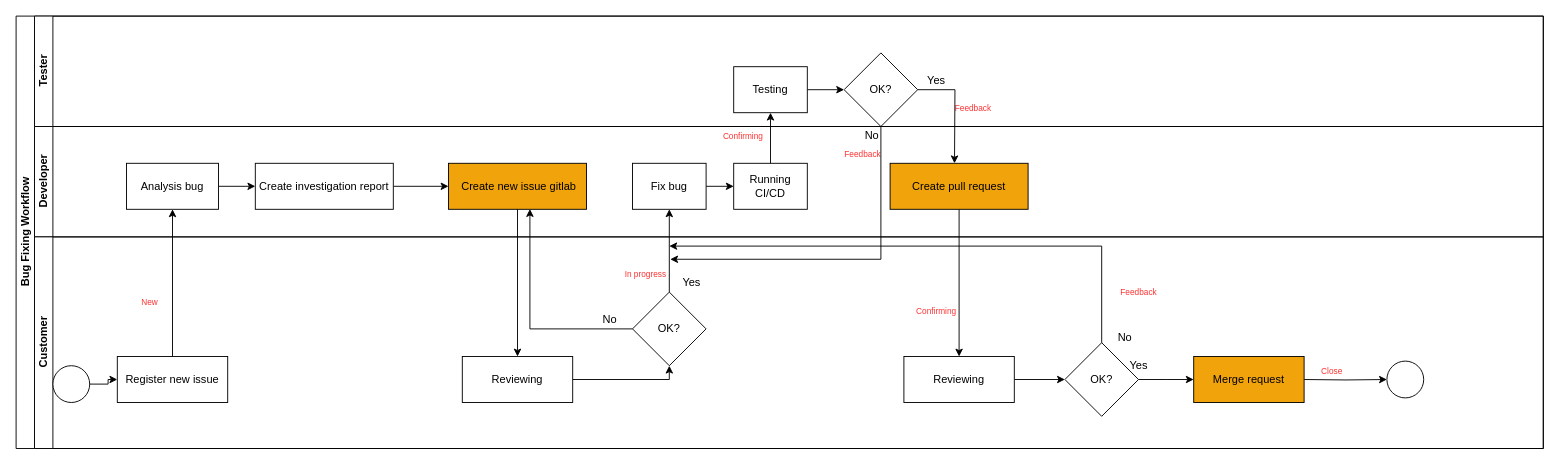
hueanmy/angularjs-doc keeps this draw.io diagram as Untitled Diagram.drawio. Above is the earlier version. Source tidied: cells renumbered, new cells numbered last; positions are measured from the earlier drawing's top-left corner, leaving out a move shared by most shapes. Both pictures are drawn from the tidied source at 92%, with x=0, y=0 at pixel (16, 16).
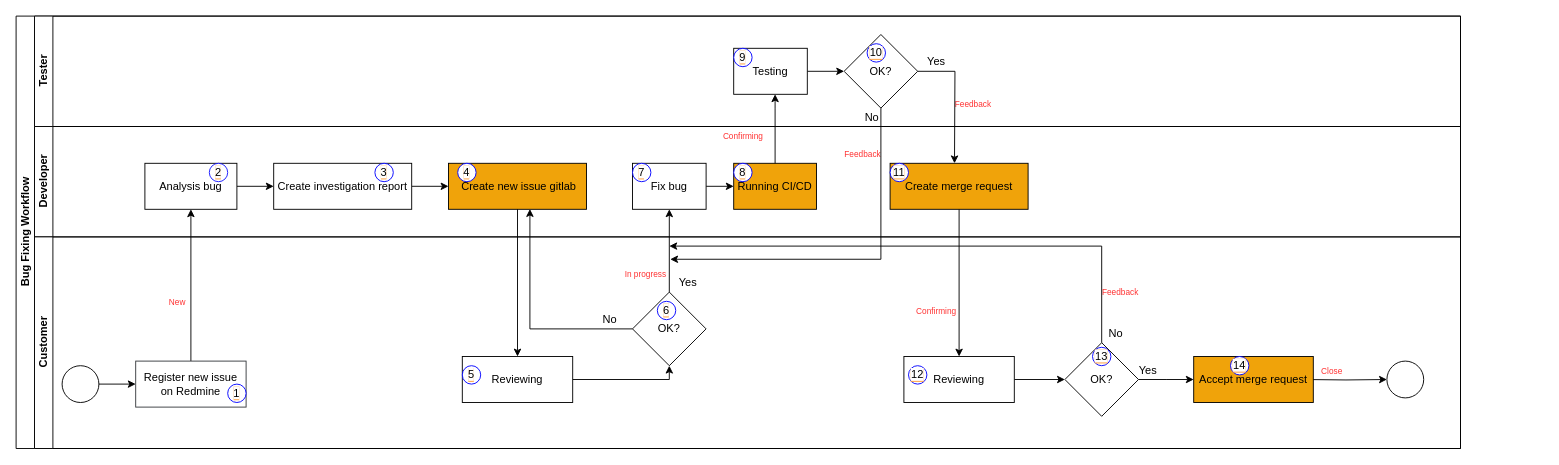
The same diagram, later.

What changed in the source:
```diff
@@
     <mxCell id="2" value="Bug Fixing Workflow" style="swimlane;html=1;horizontal=0;startSize=20;" parent="1" vertex="1">
-      <mxGeometry width="1660" height="470" as="geometry" />
+      <mxGeometry width="1570" height="470" as="geometry" />
     </mxCell>
     <mxCell id="3" value="Tester" style="swimlane;html=1;startSize=20;horizontal=0;" parent="2" vertex="1">
-      <mxGeometry x="20" width="1640" height="120" as="geometry" />
+      <mxGeometry x="20" width="1550" height="120" as="geometry" />
     </mxCell>
     <mxCell id="4" value="OK?" style="rhombus;whiteSpace=wrap;html=1;" parent="3" vertex="1">
-      <mxGeometry x="880" y="40" width="80" height="80" as="geometry" />
+      <mxGeometry x="880" y="20" width="80" height="80" as="geometry" />
     </mxCell>
     <mxCell id="5" value="&lt;font style=&quot;font-size: 9px&quot; color=&quot;#ff3333&quot;&gt;Feedback&lt;/font&gt;" style="text;html=1;align=center;verticalAlign=middle;" parent="3" vertex="1">
-      <mxGeometry x="990" y="90" width="60" height="20" as="geometry" />
+      <mxGeometry x="990" y="85" width="60" height="20" as="geometry" />
     </mxCell>
@@
     <mxCell id="7" value="Testing" style="rounded=0;whiteSpace=wrap;html=1;fontFamily=Helvetica;fontSize=12;fontColor=#000000;align=center;" parent="3" vertex="1">
-      <mxGeometry x="760" y="55" width="80" height="50" as="geometry" />
+      <mxGeometry x="760" y="35" width="80" height="50" as="geometry" />
     </mxCell>
+    <mxCell id="51" value="No" style="text;html=1;align=center;verticalAlign=middle;" parent="3" vertex="1">
+      <mxGeometry x="895" y="100" width="30" height="20" as="geometry" />
+    </mxCell>
+    <mxCell id="54" value="&lt;font color=&quot;#000000&quot; style=&quot;background-color: rgb(255 , 255 , 255)&quot;&gt;10&lt;/font&gt;" style="ellipse;whiteSpace=wrap;html=1;labelBackgroundColor=#FF9933;fontColor=#CC6600;strokeColor=#0000FF;fillColor=#FFFFFF;" parent="3" vertex="1">
+      <mxGeometry x="905" y="30" width="20" height="20" as="geometry" />
+    </mxCell>
+    <mxCell id="55" value="&lt;font color=&quot;#000000&quot; style=&quot;background-color: rgb(255 , 255 , 255)&quot;&gt;9&lt;/font&gt;" style="ellipse;whiteSpace=wrap;html=1;labelBackgroundColor=#FF9933;fontColor=#CC6600;strokeColor=#0000FF;fillColor=#FFFFFF;" parent="3" vertex="1">
+      <mxGeometry x="760" y="35" width="20" height="20" as="geometry" />
+    </mxCell>
@@
     <mxCell id="10" value="Developer" style="swimlane;html=1;startSize=20;horizontal=0;labelBackgroundColor=#ffffff;" parent="2" vertex="1">
-      <mxGeometry x="20" y="120" width="1640" height="120" as="geometry" />
+      <mxGeometry x="20" y="120" width="1550" height="120" as="geometry" />
     </mxCell>
@@
     <mxCell id="15" value="Analysis bug" style="rounded=0;whiteSpace=wrap;html=1;fontFamily=Helvetica;fontSize=12;fontColor=#000000;align=center;" parent="10" vertex="1">
-      <mxGeometry x="100" y="40" width="100" height="50" as="geometry" />
+      <mxGeometry x="120" y="40" width="100" height="50" as="geometry" />
     </mxCell>
@@
     <mxCell id="18" value="Create investigation report" style="rounded=0;whiteSpace=wrap;html=1;fontFamily=Helvetica;fontSize=12;fontColor=#000000;align=center;" parent="10" vertex="1">
-      <mxGeometry x="240" y="40" width="150" height="50" as="geometry" />
+      <mxGeometry x="260" y="40" width="150" height="50" as="geometry" />
     </mxCell>
-    <mxCell id="19" value="Create pull request" style="rounded=0;whiteSpace=wrap;html=1;fontFamily=Helvetica;fontSize=12;fontColor=#000000;align=center;fillColor=#F0A30A;" parent="10" vertex="1">
+    <mxCell id="19" value="Create merge request" style="rounded=0;whiteSpace=wrap;html=1;fontFamily=Helvetica;fontSize=12;fontColor=#000000;align=center;fillColor=#F0A30A;" parent="10" vertex="1">
       <mxGeometry x="930" y="40" width="150" height="50" as="geometry" />
     </mxCell>
-    <mxCell id="20" value="Running CI/CD" style="rounded=0;whiteSpace=wrap;html=1;fontFamily=Helvetica;fontSize=12;fontColor=#000000;align=center;" parent="10" vertex="1">
-      <mxGeometry x="760" y="40" width="80" height="50" as="geometry" />
+    <mxCell id="20" value="Running CI/CD" style="rounded=0;whiteSpace=wrap;html=1;fontFamily=Helvetica;fontSize=12;fontColor=#000000;align=center;fillColor=#F0A30A;" parent="10" vertex="1">
+      <mxGeometry x="760" y="40" width="90" height="50" as="geometry" />
     </mxCell>
@@
+    <mxCell id="56" value="&lt;font color=&quot;#000000&quot; style=&quot;background-color: rgb(255 , 255 , 255)&quot;&gt;2&lt;/font&gt;" style="ellipse;whiteSpace=wrap;html=1;labelBackgroundColor=#FF9933;fontColor=#CC6600;strokeColor=#0000FF;fillColor=#FFFFFF;opacity=90;" parent="10" vertex="1">
+      <mxGeometry x="190" y="40" width="20" height="20" as="geometry" />
+    </mxCell>
+    <mxCell id="57" value="&lt;font color=&quot;#000000&quot; style=&quot;background-color: rgb(255 , 255 , 255)&quot;&gt;3&lt;/font&gt;" style="ellipse;whiteSpace=wrap;html=1;labelBackgroundColor=#FF9933;fontColor=#CC6600;strokeColor=#0000FF;fillColor=#FFFFFF;" parent="10" vertex="1">
+      <mxGeometry x="370" y="40" width="20" height="20" as="geometry" />
+    </mxCell>
+    <mxCell id="58" value="&lt;font color=&quot;#000000&quot; style=&quot;background-color: rgb(255 , 255 , 255)&quot;&gt;8&lt;/font&gt;" style="ellipse;whiteSpace=wrap;html=1;labelBackgroundColor=#FF9933;fontColor=#CC6600;strokeColor=#0000FF;fillColor=#FFFFFF;" parent="10" vertex="1">
+      <mxGeometry x="760" y="40" width="20" height="20" as="geometry" />
+    </mxCell>
+    <mxCell id="59" value="&lt;font color=&quot;#000000&quot; style=&quot;background-color: rgb(255 , 255 , 255)&quot;&gt;4&lt;/font&gt;" style="ellipse;whiteSpace=wrap;html=1;labelBackgroundColor=#FF9933;fontColor=#CC6600;strokeColor=#0000FF;fillColor=#FFFFFF;" parent="10" vertex="1">
+      <mxGeometry x="460" y="40" width="20" height="20" as="geometry" />
+    </mxCell>
+    <mxCell id="60" value="&lt;font color=&quot;#000000&quot; style=&quot;background-color: rgb(255 , 255 , 255)&quot;&gt;7&lt;/font&gt;" style="ellipse;whiteSpace=wrap;html=1;labelBackgroundColor=#FF9933;fontColor=#CC6600;strokeColor=#0000FF;fillColor=#FFFFFF;" parent="10" vertex="1">
+      <mxGeometry x="650" y="40" width="20" height="20" as="geometry" />
+    </mxCell>
+    <mxCell id="61" value="&lt;font color=&quot;#000000&quot; style=&quot;background-color: rgb(255 , 255 , 255)&quot;&gt;11&lt;/font&gt;" style="ellipse;whiteSpace=wrap;html=1;labelBackgroundColor=#FF9933;fontColor=#CC6600;strokeColor=#0000FF;fillColor=#FFFFFF;" parent="10" vertex="1">
+      <mxGeometry x="930" y="40" width="20" height="20" as="geometry" />
+    </mxCell>
@@
+    <mxCell id="49" style="edgeStyle=orthogonalEdgeStyle;rounded=0;jettySize=auto;html=1;exitX=0.5;exitY=0;exitDx=0;exitDy=0;fontColor=#CC6600;" parent="2" edge="1" source="20" target="7">
+      <mxGeometry relative="1" as="geometry">
+        <Array as="points">
+          <mxPoint x="825" y="100" />
+          <mxPoint x="825" y="100" />
+        </Array>
+      </mxGeometry>
+    </mxCell>
+    <mxCell id="50" style="edgeStyle=orthogonalEdgeStyle;rounded=0;jettySize=auto;html=1;exitX=0.5;exitY=0;exitDx=0;exitDy=0;entryX=0.5;entryY=1;entryDx=0;entryDy=0;fontColor=#CC6600;" parent="2" edge="1" source="39" target="15">
+      <mxGeometry relative="1" as="geometry" />
+    </mxCell>
     <mxCell id="26" value="Customer" style="swimlane;html=1;startSize=20;horizontal=0;" parent="2" vertex="1">
-      <mxGeometry x="20" y="240" width="1640" height="230" as="geometry" />
+      <mxGeometry x="20" y="240" width="1550" height="230" as="geometry" />
     </mxCell>
@@
     <mxCell id="30" value="Yes" style="text;html=1;align=center;verticalAlign=middle;" parent="26" vertex="1">
-      <mxGeometry x="694" y="40" width="40" height="20" as="geometry" />
+      <mxGeometry x="690" y="40" width="40" height="20" as="geometry" />
     </mxCell>
@@
     <mxCell id="36" value="Yes" style="text;html=1;align=center;verticalAlign=middle;" parent="26" vertex="1">
-      <mxGeometry x="1180" y="130" width="40" height="20" as="geometry" />
+      <mxGeometry x="1190" y="135" width="40" height="20" as="geometry" />
     </mxCell>
@@
-    <mxCell id="39" value="Register new issue" style="rounded=0;whiteSpace=wrap;html=1;fontFamily=Helvetica;fontSize=12;fontColor=#000000;align=center;" parent="26" vertex="1">
-      <mxGeometry x="90" y="130" width="120" height="50" as="geometry" />
+    <mxCell id="39" value="Register new issue on Redmine" style="rounded=0;whiteSpace=wrap;html=1;fontFamily=Helvetica;fontSize=12;align=center;strokeColor=#36393d;fillColor=#FFFFFF;" parent="26" vertex="1">
+      <mxGeometry x="110" y="135" width="120" height="50" as="geometry" />
     </mxCell>
     <mxCell id="40" style="ellipse;whiteSpace=wrap;html=1;" parent="26" vertex="1">
-      <mxGeometry x="20" y="140" width="40" height="40" as="geometry" />
+      <mxGeometry x="30" y="140" width="40" height="40" as="geometry" />
     </mxCell>
@@
     <mxCell id="42" value="&lt;font style=&quot;font-size: 9px&quot; color=&quot;#ff3333&quot;&gt;New&lt;/font&gt;" style="text;html=1;align=center;verticalAlign=middle;" parent="26" vertex="1">
-      <mxGeometry x="110" y="60" width="30" height="20" as="geometry" />
+      <mxGeometry x="140" y="60" width="30" height="20" as="geometry" />
     </mxCell>
@@
     <mxCell id="45" value="&lt;font style=&quot;font-size: 9px&quot; color=&quot;#ff3333&quot;&gt;Feedback&lt;/font&gt;" style="text;html=1;align=center;verticalAlign=middle;" parent="26" vertex="1">
-      <mxGeometry x="1170" y="50" width="60" height="20" as="geometry" />
+      <mxGeometry x="1150" y="50" width="60" height="20" as="geometry" />
     </mxCell>
     <mxCell id="46" value="No" style="text;html=1;align=center;verticalAlign=middle;" parent="26" vertex="1">
-      <mxGeometry x="1170" y="100" width="30" height="20" as="geometry" />
+      <mxGeometry x="1160" y="95" width="30" height="20" as="geometry" />
     </mxCell>
@@
-    <mxCell id="48" value="Merge request" style="rounded=0;whiteSpace=wrap;html=1;fontFamily=Helvetica;fontSize=12;fontColor=#000000;align=center;fillColor=#F0A30A;" parent="26" vertex="1">
-      <mxGeometry x="1260" y="130" width="120" height="50" as="geometry" />
+    <mxCell id="48" value="Accept merge request" style="rounded=0;whiteSpace=wrap;html=1;fontFamily=Helvetica;fontSize=12;fontColor=#000000;align=center;fillColor=#F0A30A;" parent="26" vertex="1">
+      <mxGeometry x="1260" y="130" width="130" height="50" as="geometry" />
     </mxCell>
-    <mxCell id="49" style="edgeStyle=orthogonalEdgeStyle;rounded=0;jettySize=auto;html=1;exitX=0.5;exitY=0;exitDx=0;exitDy=0;fontColor=#CC6600;" parent="2" edge="1" source="20" target="7">
-      <mxGeometry relative="1" as="geometry" />
-    </mxCell>
-    <mxCell id="50" style="edgeStyle=orthogonalEdgeStyle;rounded=0;jettySize=auto;html=1;exitX=0.5;exitY=0;exitDx=0;exitDy=0;entryX=0.5;entryY=1;entryDx=0;entryDy=0;fontColor=#CC6600;" parent="2" edge="1" source="39" target="15">
-      <mxGeometry relative="1" as="geometry" />
-    </mxCell>
-    <mxCell id="51" value="No" style="text;html=1;align=center;verticalAlign=middle;" parent="1" vertex="1">
-      <mxGeometry x="915" y="120" width="30" height="20" as="geometry" />
-    </mxCell>
+    <mxCell id="62" value="&lt;font color=&quot;#000000&quot; style=&quot;background-color: rgb(255 , 255 , 255)&quot;&gt;1&lt;/font&gt;" style="ellipse;whiteSpace=wrap;html=1;labelBackgroundColor=#FF9933;fontColor=#CC6600;strokeColor=#0000FF;fillColor=#FFFFFF;" parent="26" vertex="1">
+      <mxGeometry x="210" y="160" width="20" height="20" as="geometry" />
+    </mxCell>
+    <mxCell id="63" value="&lt;font color=&quot;#000000&quot; style=&quot;background-color: rgb(255 , 255 , 255)&quot;&gt;5&lt;/font&gt;" style="ellipse;whiteSpace=wrap;html=1;labelBackgroundColor=#FF9933;fontColor=#CC6600;strokeColor=#0000FF;fillColor=#FFFFFF;" parent="26" vertex="1">
+      <mxGeometry x="465" y="140" width="20" height="20" as="geometry" />
+    </mxCell>
+    <mxCell id="64" value="&lt;font color=&quot;#000000&quot; style=&quot;background-color: rgb(255 , 255 , 255)&quot;&gt;6&lt;/font&gt;" style="ellipse;whiteSpace=wrap;html=1;labelBackgroundColor=#FF9933;fontColor=#CC6600;strokeColor=#0000FF;fillColor=#FFFFFF;" parent="26" vertex="1">
+      <mxGeometry x="677" y="70" width="20" height="20" as="geometry" />
+    </mxCell>
+    <mxCell id="65" value="&lt;font color=&quot;#000000&quot; style=&quot;background-color: rgb(255 , 255 , 255)&quot;&gt;12&lt;/font&gt;" style="ellipse;whiteSpace=wrap;html=1;labelBackgroundColor=#FF9933;fontColor=#CC6600;strokeColor=#0000FF;fillColor=#FFFFFF;" parent="26" vertex="1">
+      <mxGeometry x="950" y="140" width="20" height="20" as="geometry" />
+    </mxCell>
+    <mxCell id="66" value="&lt;font color=&quot;#000000&quot; style=&quot;background-color: rgb(255 , 255 , 255)&quot;&gt;13&lt;/font&gt;" style="ellipse;whiteSpace=wrap;html=1;labelBackgroundColor=#FF9933;fontColor=#CC6600;strokeColor=#0000FF;fillColor=#FFFFFF;" parent="26" vertex="1">
+      <mxGeometry x="1150" y="120" width="20" height="20" as="geometry" />
+    </mxCell>
+    <mxCell id="67" value="&lt;font color=&quot;#000000&quot; style=&quot;background-color: rgb(255 , 255 , 255)&quot;&gt;14&lt;/font&gt;" style="ellipse;whiteSpace=wrap;html=1;labelBackgroundColor=#FF9933;fontColor=#CC6600;strokeColor=#0000FF;fillColor=#FFFFFF;" parent="26" vertex="1">
+      <mxGeometry x="1300" y="130" width="20" height="20" as="geometry" />
+    </mxCell>
@@
     <mxCell id="53" value="Yes" style="text;html=1;align=center;verticalAlign=middle;" parent="1" vertex="1">
-      <mxGeometry x="980" y="60" width="40" height="20" as="geometry" />
+      <mxGeometry x="980" y="40" width="40" height="20" as="geometry" />
     </mxCell>
```
